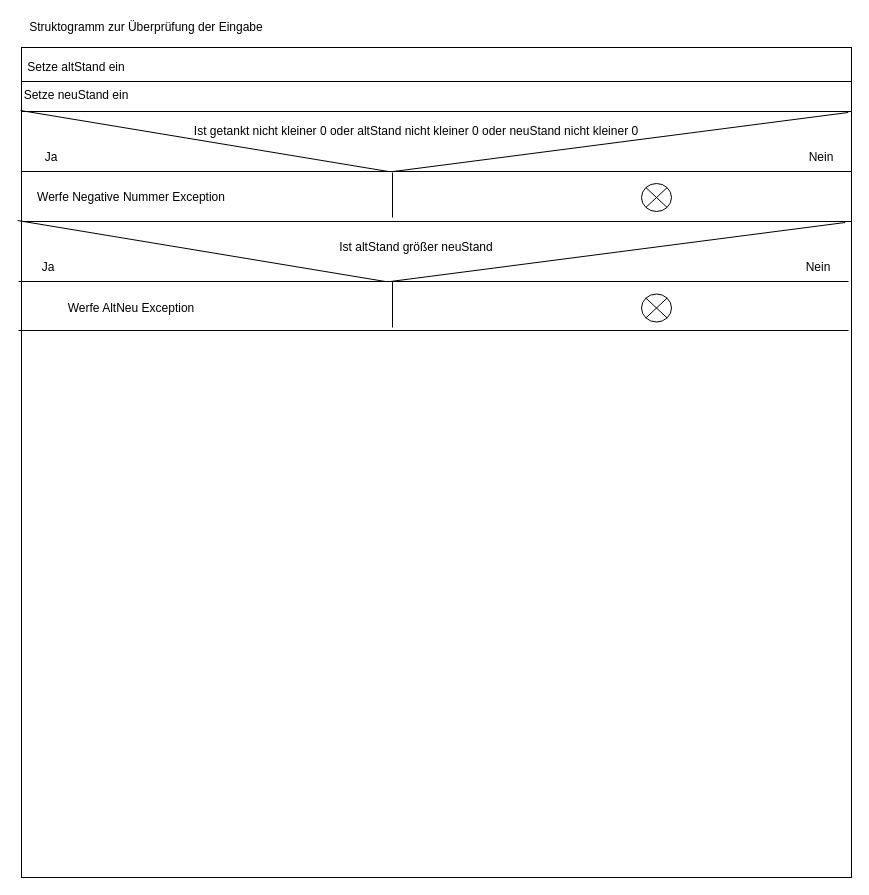
Above: UML Diagram/Struktogramm.drawio in MohammedAltarkawi/Verbrauchsrechner (draw.io), before the change. Source tidied: cells renumbered, new cells numbered last; positions are measured from the earlier drawing's top-left corner, leaving out a move shared by most shapes. Both pictures are drawn from the tidied source at 100%, with x=0, y=0 at pixel (17, 17).
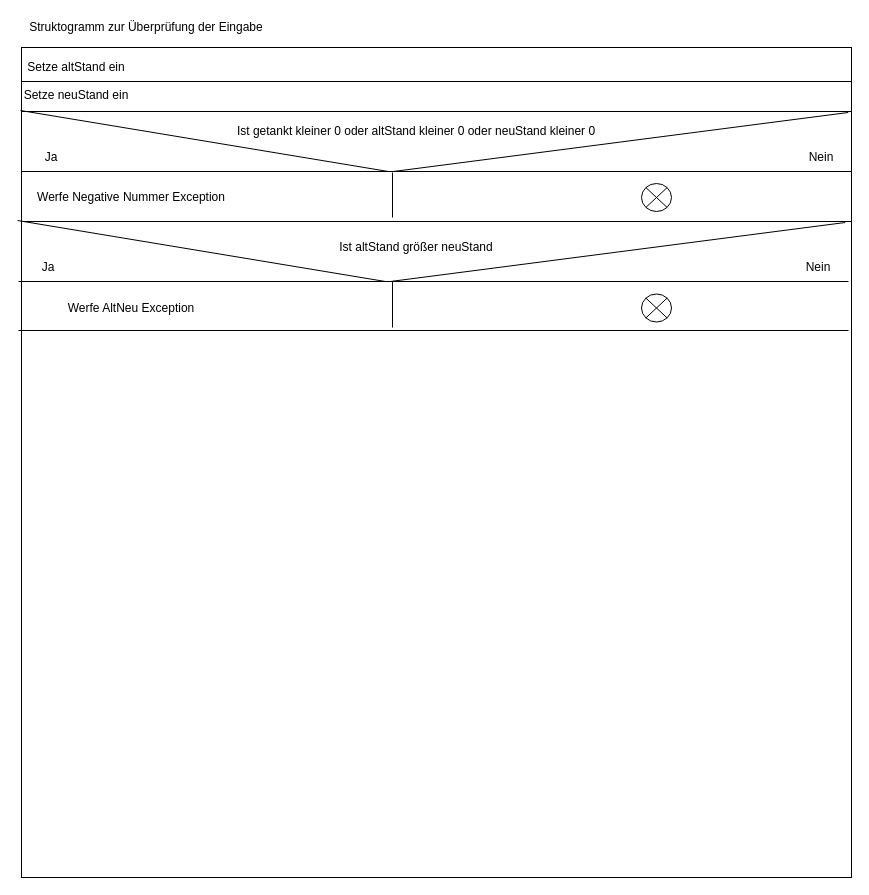
After the change.

Diff of the diagram source:
```diff
@@
-    <mxCell id="11" value="Ist getankt nicht kleiner 0 oder altStand nicht kleiner 0 oder neuStand nicht kleiner 0" style="text;html=1;strokeColor=none;fillColor=none;align=center;verticalAlign=middle;whiteSpace=wrap;rounded=0;" parent="1" vertex="1">
+    <mxCell id="11" value="Ist getankt kleiner 0 oder altStand kleiner 0 oder neuStand kleiner 0" style="text;html=1;strokeColor=none;fillColor=none;align=center;verticalAlign=middle;whiteSpace=wrap;rounded=0;" parent="1" vertex="1">
       <mxGeometry x="164" y="104" width="470" height="20" as="geometry" />
     </mxCell>
```
